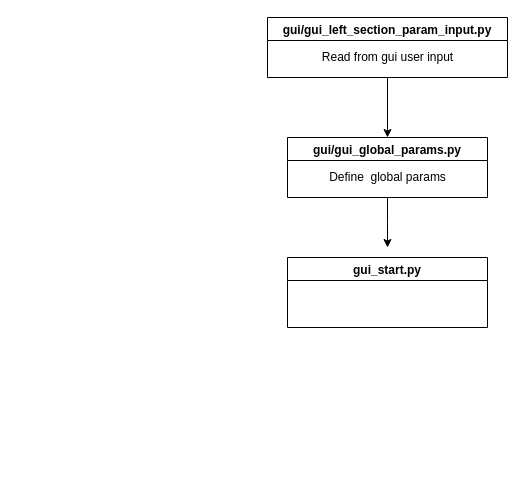
DayuanTan/PedestriansCrossingStreetSimulation keeps this draw.io diagram as doc/structure.drawio. Above is the earlier version. Source tidied: cells renumbered, new cells numbered last; positions are measured from the earlier drawing's top-left corner, leaving out a move shared by most shapes. Both pictures are drawn from the tidied source at 100%, with x=0, y=0 at pixel (267, 17).
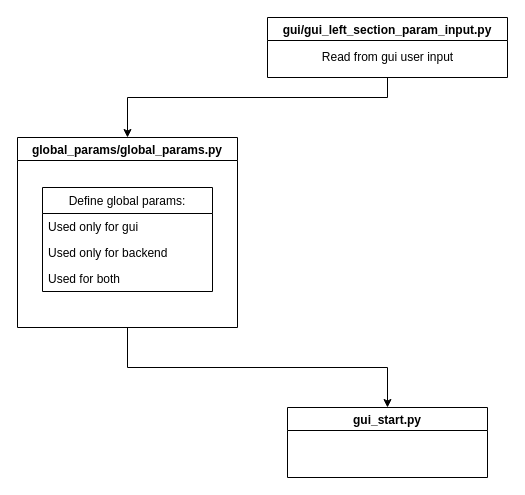
Above is the later version.

The edit, as a diff of the source:
```diff
@@
 <mxGraphModel>
   <root>
     <mxCell id="0" />
     <mxCell id="1" parent="0" />
-    <mxCell id="2" value="gui/gui_global_params.py" style="swimlane;" parent="1" vertex="1">
-      <mxGeometry x="20" y="120" width="200" height="60" as="geometry" />
+    <mxCell id="2" value="global_params/global_params.py" style="swimlane;" parent="1" vertex="1">
+      <mxGeometry x="-250" y="120" width="220" height="190" as="geometry" />
     </mxCell>
-    <mxCell id="3" value="Define&amp;nbsp; global params" style="text;html=1;align=center;verticalAlign=middle;strokeColor=none;" parent="2" vertex="1">
-      <mxGeometry x="35" y="30" width="130" height="20" as="geometry" />
-    </mxCell>
+    <mxCell id="9" value="Define global params:" style="swimlane;fontStyle=0;horizontal=1;startSize=26;" parent="2" vertex="1">
+      <mxGeometry x="25" y="50" width="170" height="104" as="geometry" />
+    </mxCell>
+    <mxCell id="10" value="Used only for gui" style="text;strokeColor=none;fillColor=none;align=left;verticalAlign=top;spacingLeft=4;spacingRight=4;overflow=hidden;" parent="9" vertex="1">
+      <mxGeometry y="26" width="170" height="26" as="geometry" />
+    </mxCell>
+    <mxCell id="11" value="Used only for backend" style="text;strokeColor=none;fillColor=none;align=left;verticalAlign=top;spacingLeft=4;spacingRight=4;overflow=hidden;" parent="9" vertex="1">
+      <mxGeometry y="52" width="170" height="26" as="geometry" />
+    </mxCell>
+    <mxCell id="12" value="Used for both" style="text;strokeColor=none;fillColor=none;align=left;verticalAlign=top;spacingLeft=4;spacingRight=4;overflow=hidden;" parent="9" vertex="1">
+      <mxGeometry y="78" width="170" height="26" as="geometry" />
+    </mxCell>
     <mxCell id="4" value="gui/gui_left_section_param_input.py" style="swimlane;" parent="1" vertex="1">
       <mxGeometry width="240" height="60" as="geometry" />
     </mxCell>
     <mxCell id="5" value="Read from gui user input" style="text;html=1;align=center;verticalAlign=middle;strokeColor=none;" parent="4" vertex="1">
       <mxGeometry x="45" y="30" width="150" height="20" as="geometry" />
     </mxCell>
-    <mxCell id="6" style="endArrow=classic;html=1;exitX=0.5;exitY=1;exitDx=0;exitDy=0;entryX=0.5;entryY=0;entryDx=0;entryDy=0;" parent="1" edge="1" source="4" target="2">
-      <mxGeometry relative="1" as="geometry" />
+    <mxCell id="6" style="endArrow=classic;html=1;exitX=0.5;exitY=1;exitDx=0;exitDy=0;entryX=0.5;entryY=0;entryDx=0;entryDy=0;rounded=0;" parent="1" edge="1" source="4" target="2">
+      <mxGeometry relative="1" as="geometry">
+        <Array as="points">
+          <mxPoint x="120" y="80" />
+          <mxPoint x="-140" y="80" />
+        </Array>
+      </mxGeometry>
     </mxCell>
     <mxCell id="7" value="gui_start.py" style="swimlane;" parent="1" vertex="1">
-      <mxGeometry x="20" y="240" width="200" height="70" as="geometry" />
+      <mxGeometry x="20" y="390" width="200" height="70" as="geometry" />
     </mxCell>
-    <mxCell id="8" style="edgeStyle=orthogonalEdgeStyle;rounded=0;jettySize=auto;html=1;exitX=0.5;exitY=1;exitDx=0;exitDy=0;" parent="1" edge="1" source="2">
-      <mxGeometry relative="1" as="geometry">
-        <mxPoint x="120" y="230" as="targetPoint" />
-      </mxGeometry>
+    <mxCell id="8" style="edgeStyle=orthogonalEdgeStyle;rounded=0;jettySize=auto;html=1;exitX=0.5;exitY=1;exitDx=0;exitDy=0;entryX=0.5;entryY=0;entryDx=0;entryDy=0;" parent="1" edge="1" source="2" target="7">
+      <mxGeometry relative="1" as="geometry" />
     </mxCell>
   </root>
 </mxGraphModel>
```
